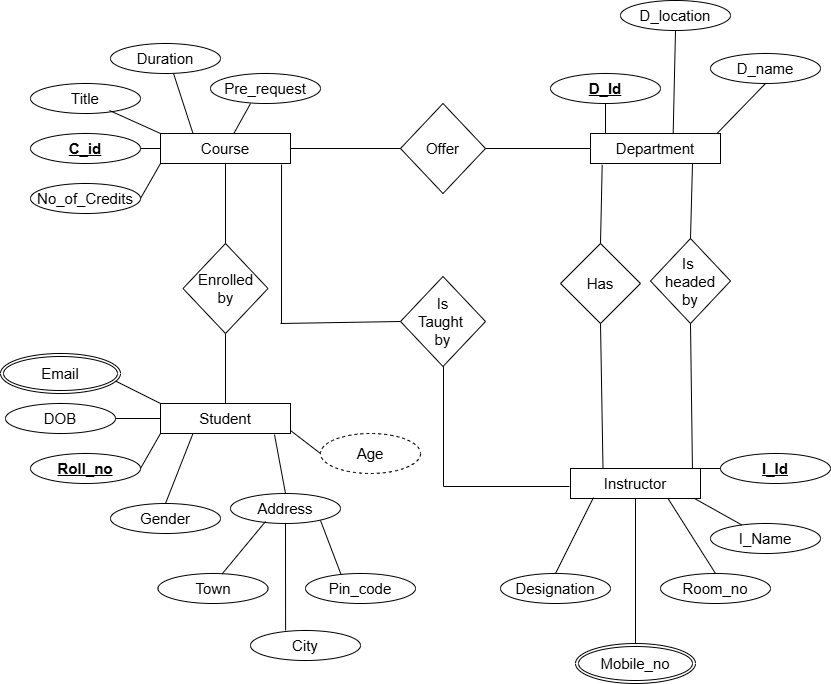
Earlier version of the draw.io export Untitled Diagram.drawio.png (athulgeorge24/DBMS). Source tidied: cells renumbered, new cells last; positions are measured from the earlier drawing's top-left corner, leaving out a move shared by most shapes.
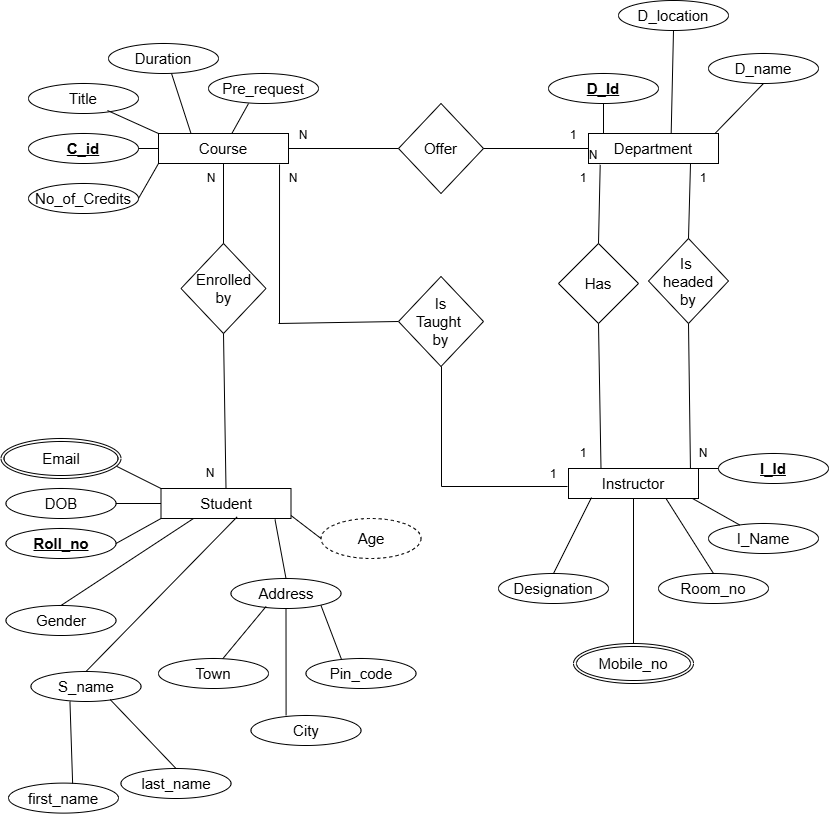
The same diagram one commit later.

Change to the diagram source:
```diff
@@ -24,16 +24,16 @@
       <mxGeometry relative="1" as="geometry" />
     </mxCell>
     <mxCell id="9" value="&lt;font style=&quot;font-size: 15px;&quot;&gt;Student&lt;/font&gt;" style="rounded=0;whiteSpace=wrap;html=1;" parent="1" vertex="1">
-      <mxGeometry x="160" y="403" width="130" height="30" as="geometry" />
+      <mxGeometry x="162.5" y="488" width="130" height="30" as="geometry" />
     </mxCell>
     <mxCell id="10" style="endArrow=none;html=1;rounded=0;entryX=0.95;entryY=0.675;entryDx=0;entryDy=0;entryPerimeter=0;exitX=0;exitY=0;exitDx=0;exitDy=0;" parent="1" edge="1" source="9" target="59">
       <mxGeometry relative="1" as="geometry" />
     </mxCell>
     <mxCell id="11" value="&lt;span style=&quot;font-size: 15px;&quot;&gt;&lt;b&gt;&lt;u&gt;Roll_no&lt;/u&gt;&lt;/b&gt;&lt;/span&gt;" style="ellipse;whiteSpace=wrap;html=1;" parent="1" vertex="1">
-      <mxGeometry x="30" y="453" width="110" height="30" as="geometry" />
+      <mxGeometry x="7.5" y="528" width="110" height="30" as="geometry" />
     </mxCell>
     <mxCell id="12" value="&lt;font style=&quot;font-size: 15px;&quot;&gt;DOB&lt;/font&gt;" style="ellipse;whiteSpace=wrap;html=1;" parent="1" vertex="1">
-      <mxGeometry x="5" y="403" width="110" height="30" as="geometry" />
+      <mxGeometry x="7.5" y="488" width="110" height="30" as="geometry" />
     </mxCell>
     <mxCell id="13" style="endArrow=none;html=1;rounded=0;entryX=1;entryY=0.5;entryDx=0;entryDy=0;exitX=0;exitY=0.5;exitDx=0;exitDy=0;" parent="1" edge="1" source="9" target="12">
       <mxGeometry relative="1" as="geometry" />
@@ -42,10 +42,10 @@
       <mxGeometry relative="1" as="geometry" />
     </mxCell>
     <mxCell id="15" value="&lt;span style=&quot;font-size: 15px;&quot;&gt;Gender&lt;/span&gt;" style="ellipse;whiteSpace=wrap;html=1;" parent="1" vertex="1">
-      <mxGeometry x="110" y="503" width="110" height="30" as="geometry" />
+      <mxGeometry x="7.5" y="605" width="110" height="30" as="geometry" />
     </mxCell>
     <mxCell id="16" value="&lt;span style=&quot;font-size: 15px;&quot;&gt;Address&lt;/span&gt;" style="ellipse;whiteSpace=wrap;html=1;" parent="1" vertex="1">
-      <mxGeometry x="230" y="493" width="110" height="30" as="geometry" />
+      <mxGeometry x="232.5" y="578" width="110" height="30" as="geometry" />
     </mxCell>
     <mxCell id="17" style="endArrow=none;html=1;rounded=0;exitX=0.5;exitY=0;exitDx=0;exitDy=0;entryX=0.25;entryY=1;entryDx=0;entryDy=0;" parent="1" edge="1" source="15" target="9">
       <mxGeometry relative="1" as="geometry" />
@@ -146,11 +146,11 @@
       <mxGeometry x="446" y="363" width="120" height="126" as="geometry" />
     </mxCell>
     <mxCell id="47" value="&lt;font style=&quot;font-size: 15px;&quot;&gt;Age&lt;/font&gt;" style="ellipse;whiteSpace=wrap;html=1;align=center;dashed=1;" parent="1" vertex="1">
-      <mxGeometry x="320" y="433" width="100" height="40" as="geometry" />
+      <mxGeometry x="322.5" y="518" width="100" height="40" as="geometry" />
     </mxCell>
     <mxCell id="48" style="endArrow=none;html=1;rounded=0;exitX=0;exitY=0.5;exitDx=0;exitDy=0;" parent="1" edge="1" source="47">
       <mxGeometry relative="1" as="geometry">
-        <mxPoint x="290" y="430" as="targetPoint" />
+        <mxPoint x="292.5" y="515" as="targetPoint" />
       </mxGeometry>
     </mxCell>
     <mxCell id="49" style="endArrow=none;html=1;rounded=0;entryX=0.25;entryY=0;entryDx=0;entryDy=0;exitX=0.5;exitY=1;exitDx=0;exitDy=0;" parent="1" edge="1" source="41" target="35">
@@ -184,16 +184,16 @@
       <mxGeometry relative="1" as="geometry" />
     </mxCell>
     <mxCell id="59" value="&lt;font style=&quot;font-size: 15px;&quot;&gt;Email&lt;/font&gt;" style="ellipse;shape=doubleEllipse;margin=3;whiteSpace=wrap;html=1;align=center;" parent="1" vertex="1">
-      <mxGeometry y="353" width="120" height="40" as="geometry" />
+      <mxGeometry x="2.5" y="438" width="120" height="40" as="geometry" />
     </mxCell>
     <mxCell id="60" value="&lt;span style=&quot;font-size: 15px;&quot;&gt;Town&lt;/span&gt;" style="ellipse;whiteSpace=wrap;html=1;" parent="1" vertex="1">
-      <mxGeometry x="157.5" y="573" width="110" height="30" as="geometry" />
+      <mxGeometry x="160" y="658" width="110" height="30" as="geometry" />
     </mxCell>
     <mxCell id="61" value="&lt;span style=&quot;font-size: 15px;&quot;&gt;City&lt;/span&gt;" style="ellipse;whiteSpace=wrap;html=1;" parent="1" vertex="1">
-      <mxGeometry x="250" y="630" width="110" height="30" as="geometry" />
+      <mxGeometry x="252.5" y="715" width="110" height="30" as="geometry" />
     </mxCell>
     <mxCell id="62" value="&lt;span style=&quot;font-size: 15px;&quot;&gt;Pin_code&lt;/span&gt;" style="ellipse;whiteSpace=wrap;html=1;" parent="1" vertex="1">
-      <mxGeometry x="305" y="573" width="110" height="30" as="geometry" />
+      <mxGeometry x="307.5" y="658" width="110" height="30" as="geometry" />
     </mxCell>
     <mxCell id="63" style="endArrow=none;html=1;rounded=0;entryX=0.319;entryY=0.932;entryDx=0;entryDy=0;entryPerimeter=0;exitX=0.583;exitY=0.013;exitDx=0;exitDy=0;exitPerimeter=0;" parent="1" edge="1" source="60" target="16">
       <mxGeometry relative="1" as="geometry" />
@@ -203,8 +203,61 @@
     </mxCell>
     <mxCell id="65" style="endArrow=none;html=1;rounded=0;exitX=0.321;exitY=0.013;exitDx=0;exitDy=0;exitPerimeter=0;" parent="1" edge="1" source="62">
       <mxGeometry relative="1" as="geometry">
-        <mxPoint x="320" y="520" as="targetPoint" />
+        <mxPoint x="322.5" y="605" as="targetPoint" />
       </mxGeometry>
     </mxCell>
+    <mxCell id="66" value="N" style="text;html=1;whiteSpace=wrap;strokeColor=none;fillColor=none;align=center;verticalAlign=middle;rounded=0;" parent="1" vertex="1">
+      <mxGeometry x="290" y="120" width="30" height="30" as="geometry" />
+    </mxCell>
+    <mxCell id="67" value="1" style="text;html=1;whiteSpace=wrap;strokeColor=none;fillColor=none;align=center;verticalAlign=middle;rounded=0;" parent="1" vertex="1">
+      <mxGeometry x="560" y="120" width="30" height="30" as="geometry" />
+    </mxCell>
+    <mxCell id="68" value="1" style="text;html=1;whiteSpace=wrap;strokeColor=none;fillColor=none;align=center;verticalAlign=middle;rounded=0;" parent="1" vertex="1">
+      <mxGeometry x="570" y="163" width="30" height="30" as="geometry" />
+    </mxCell>
+    <mxCell id="69" value="1" style="text;html=1;whiteSpace=wrap;strokeColor=none;fillColor=none;align=center;verticalAlign=middle;rounded=0;" parent="1" vertex="1">
+      <mxGeometry x="690" y="163" width="30" height="30" as="geometry" />
+    </mxCell>
+    <mxCell id="70" value="1" style="text;html=1;whiteSpace=wrap;strokeColor=none;fillColor=none;align=center;verticalAlign=middle;rounded=0;" parent="1" vertex="1">
+      <mxGeometry x="570" y="438" width="30" height="30" as="geometry" />
+    </mxCell>
+    <mxCell id="71" value="N" style="text;html=1;whiteSpace=wrap;strokeColor=none;fillColor=none;align=center;verticalAlign=middle;rounded=0;" parent="1" vertex="1">
+      <mxGeometry x="197.5" y="163" width="30" height="30" as="geometry" />
+    </mxCell>
+    <mxCell id="72" value="N" style="text;html=1;whiteSpace=wrap;strokeColor=none;fillColor=none;align=center;verticalAlign=middle;rounded=0;" parent="1" vertex="1">
+      <mxGeometry x="197" y="458" width="30" height="30" as="geometry" />
+    </mxCell>
+    <mxCell id="73" value="N" style="text;html=1;whiteSpace=wrap;strokeColor=none;fillColor=none;align=center;verticalAlign=middle;rounded=0;" parent="1" vertex="1">
+      <mxGeometry x="280" y="163" width="30" height="30" as="geometry" />
+    </mxCell>
+    <mxCell id="74" value="N" style="text;html=1;whiteSpace=wrap;strokeColor=none;fillColor=none;align=center;verticalAlign=middle;rounded=0;" parent="1" vertex="1">
+      <mxGeometry x="580" y="140" width="30" height="30" as="geometry" />
+    </mxCell>
+    <mxCell id="75" value="N" style="text;html=1;whiteSpace=wrap;strokeColor=none;fillColor=none;align=center;verticalAlign=middle;rounded=0;" parent="1" vertex="1">
+      <mxGeometry x="690" y="438" width="30" height="30" as="geometry" />
+    </mxCell>
+    <mxCell id="76" value="1" style="text;html=1;whiteSpace=wrap;strokeColor=none;fillColor=none;align=center;verticalAlign=middle;rounded=0;" parent="1" vertex="1">
+      <mxGeometry x="540" y="459" width="30" height="30" as="geometry" />
+    </mxCell>
+    <mxCell id="77" value="&lt;span style=&quot;font-size: 15px;&quot;&gt;S_name&lt;/span&gt;" style="ellipse;whiteSpace=wrap;html=1;" parent="1" vertex="1">
+      <mxGeometry x="32.5" y="671" width="110" height="30" as="geometry" />
+    </mxCell>
+    <mxCell id="78" style="endArrow=none;html=1;rounded=0;exitX=0.5;exitY=0;exitDx=0;exitDy=0;entryX=0.586;entryY=0.944;entryDx=0;entryDy=0;entryPerimeter=0;" parent="1" edge="1" source="77" target="9">
+      <mxGeometry relative="1" as="geometry" />
+    </mxCell>
+    <mxCell id="79" value="&lt;span style=&quot;font-size: 15px;&quot;&gt;first_name&lt;/span&gt;" style="ellipse;whiteSpace=wrap;html=1;" parent="1" vertex="1">
+      <mxGeometry x="10" y="782.6" width="110" height="30" as="geometry" />
+    </mxCell>
+    <mxCell id="80" value="&lt;span style=&quot;font-size: 15px;&quot;&gt;last_name&lt;/span&gt;" style="ellipse;whiteSpace=wrap;html=1;" parent="1" vertex="1">
+      <mxGeometry x="122.5" y="768" width="110" height="30" as="geometry" />
+    </mxCell>
+    <mxCell id="81" style="endArrow=none;html=1;rounded=0;entryX=0.445;entryY=0.913;entryDx=0;entryDy=0;entryPerimeter=0;exitX=0.583;exitY=0.013;exitDx=0;exitDy=0;exitPerimeter=0;" parent="1" edge="1" source="79">
+      <mxGeometry relative="1" as="geometry">
+        <mxPoint x="71.5" y="701" as="targetPoint" />
+      </mxGeometry>
+    </mxCell>
+    <mxCell id="82" style="endArrow=none;html=1;rounded=0;entryX=0.72;entryY=0.936;entryDx=0;entryDy=0;exitX=0.5;exitY=0;exitDx=0;exitDy=0;entryPerimeter=0;" parent="1" edge="1" source="80" target="77">
+      <mxGeometry relative="1" as="geometry" />
+    </mxCell>
   </root>
 </mxGraphModel>
```
